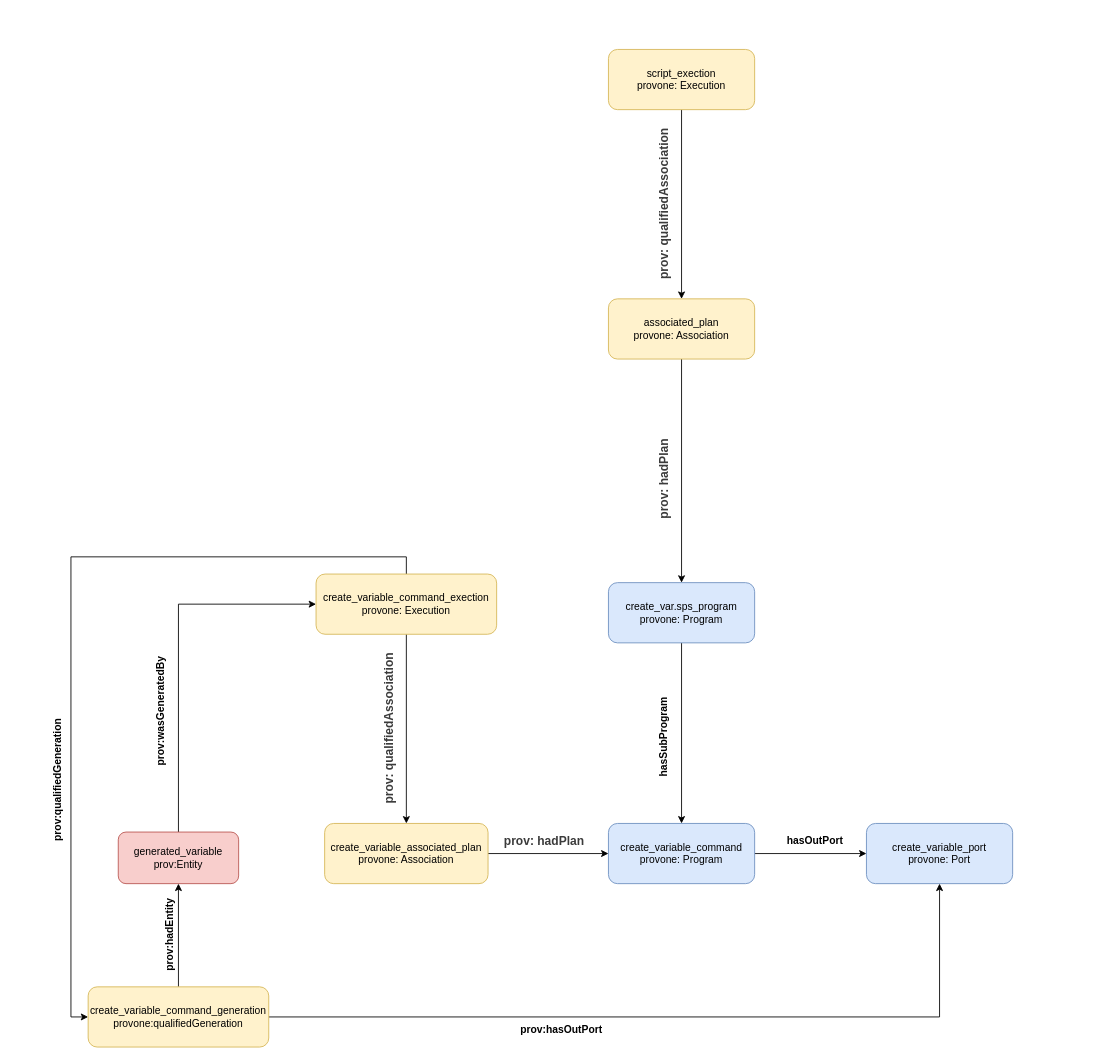
ThomasThelen/sdtl-provone keeps this draw.io diagram as examples/single-command/images/prov.drawio. Above is the earlier version. Source tidied: cells renumbered, new cells numbered last; positions are measured from the earlier drawing's top-left corner, leaving out a move shared by most shapes. Both pictures are drawn from the tidied source at 86%, with x=0, y=0 at pixel (-11, 49).
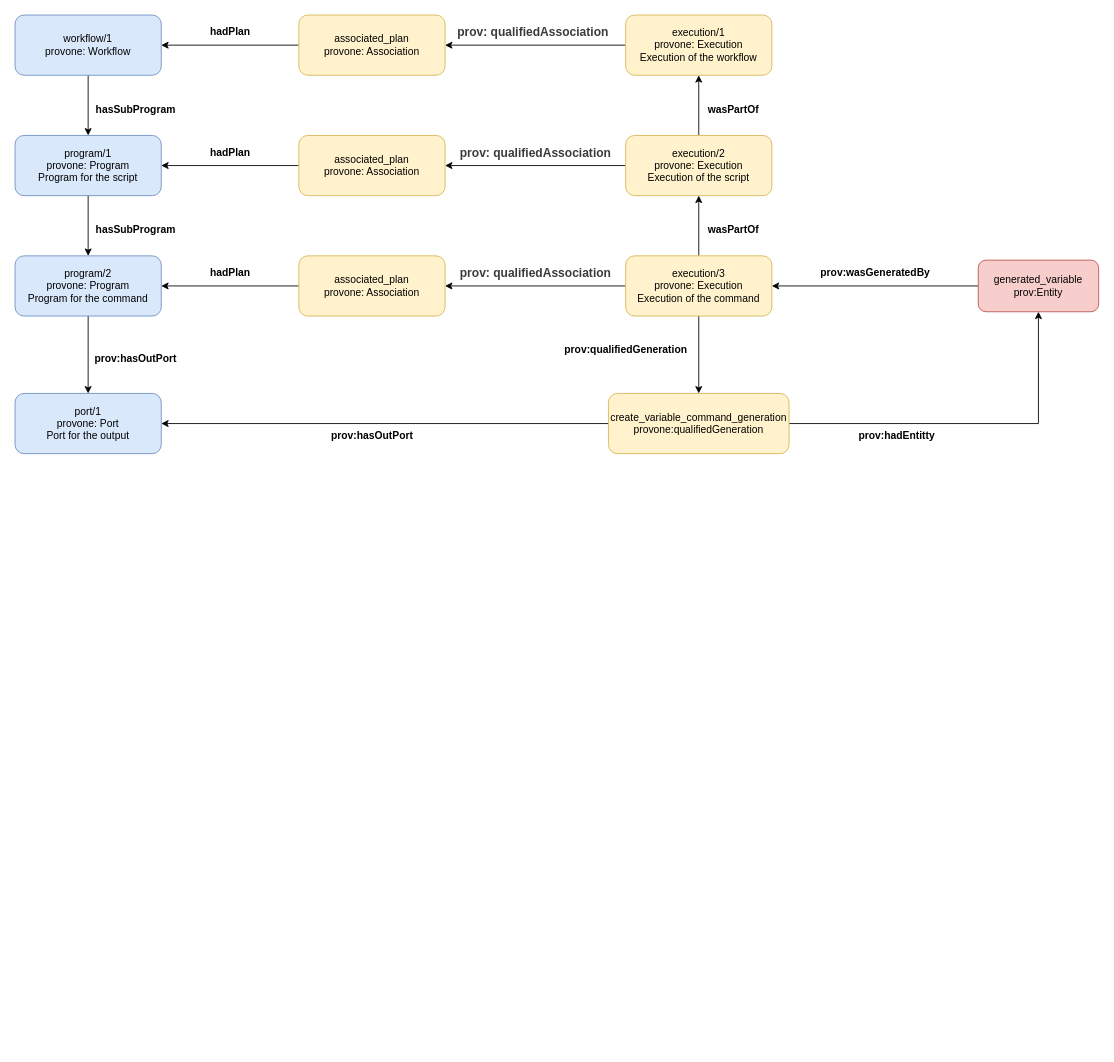
After the change.

What changed in the source:
```diff
@@
-    <mxCell id="2" style="edgeStyle=orthogonalEdgeStyle;rounded=0;jettySize=auto;html=1;exitX=0.5;exitY=1;exitDx=0;exitDy=0;strokeColor=#000000;" parent="1" edge="1" source="3" target="5">
-      <mxGeometry relative="1" as="geometry" />
-    </mxCell>
+    <mxCell id="31" style="edgeStyle=orthogonalEdgeStyle;rounded=0;jettySize=auto;html=1;exitX=0;exitY=0.5;exitDx=0;exitDy=0;" parent="1" edge="1" source="3" target="44">
+      <mxGeometry relative="1" as="geometry" />
+    </mxCell>
+    <mxCell id="32" style="edgeStyle=orthogonalEdgeStyle;rounded=0;jettySize=auto;html=1;exitX=0.5;exitY=0;exitDx=0;exitDy=0;" parent="1" edge="1" source="3" target="34">
+      <mxGeometry relative="1" as="geometry" />
+    </mxCell>
-    <mxCell id="3" value="&lt;div&gt;&lt;span&gt;script_exection&lt;br&gt;provone: Execution&lt;/span&gt;&lt;br&gt;&lt;/div&gt;" style="rounded=1;whiteSpace=wrap;html=1;fontSize=12;glass=0;strokeWidth=1;shadow=0;fillColor=#fff2cc;strokeColor=#d6b656;" parent="1" vertex="1">
-      <mxGeometry x="720" width="170" height="70" as="geometry" />
+    <mxCell id="3" value="&lt;div&gt;&lt;span&gt;execution/2&lt;br&gt;provone: Execution&lt;br&gt;&lt;/span&gt;Execution of the script&lt;/div&gt;" style="rounded=1;whiteSpace=wrap;html=1;fontSize=12;glass=0;strokeWidth=1;shadow=0;fillColor=#fff2cc;strokeColor=#d6b656;" parent="1" vertex="1">
+      <mxGeometry x="740" y="100" width="170" height="70" as="geometry" />
     </mxCell>
-    <mxCell id="4" style="edgeStyle=orthogonalEdgeStyle;rounded=0;jettySize=auto;html=1;exitX=0.5;exitY=1;exitDx=0;exitDy=0;strokeColor=#000000;" parent="1" edge="1" source="5" target="7">
-      <mxGeometry relative="1" as="geometry" />
-    </mxCell>
-    <mxCell id="5" value="&lt;div&gt;associated_plan&lt;/div&gt;&lt;div&gt;provone: Association&lt;/div&gt;" style="rounded=1;whiteSpace=wrap;html=1;fontSize=12;glass=0;strokeWidth=1;shadow=0;fillColor=#fff2cc;strokeColor=#d6b656;" parent="1" vertex="1">
-      <mxGeometry x="720" y="290" width="170" height="70" as="geometry" />
-    </mxCell>
-    <mxCell id="6" style="edgeStyle=orthogonalEdgeStyle;rounded=0;jettySize=auto;html=1;exitX=0.5;exitY=1;exitDx=0;exitDy=0;strokeColor=#000000;" parent="1" edge="1" source="7" target="9">
-      <mxGeometry relative="1" as="geometry" />
-    </mxCell>
-    <mxCell id="7" value="&lt;div&gt;&lt;span&gt;create_var.sps_program&lt;/span&gt;&lt;/div&gt;&lt;div&gt;&lt;span&gt;provone: Program&lt;/span&gt;&lt;br&gt;&lt;/div&gt;" style="rounded=1;whiteSpace=wrap;html=1;fontSize=12;glass=0;strokeWidth=1;shadow=0;fillColor=#dae8fc;strokeColor=#6c8ebf;" parent="1" vertex="1">
-      <mxGeometry x="720" y="620" width="170" height="70" as="geometry" />
-    </mxCell>
-    <mxCell id="8" style="edgeStyle=orthogonalEdgeStyle;rounded=0;jettySize=auto;html=1;" parent="1" edge="1" source="9" target="10">
-      <mxGeometry relative="1" as="geometry" />
-    </mxCell>
-    <mxCell id="9" value="&lt;div&gt;&lt;span&gt;create_variable_command&lt;br&gt;provone: Program&lt;/span&gt;&lt;br&gt;&lt;/div&gt;" style="rounded=1;whiteSpace=wrap;html=1;fontSize=12;glass=0;strokeWidth=1;shadow=0;fillColor=#dae8fc;strokeColor=#6c8ebf;" parent="1" vertex="1">
-      <mxGeometry x="720" y="900" width="170" height="70" as="geometry" />
-    </mxCell>
-    <mxCell id="10" value="&lt;div&gt;create_variable_port&lt;/div&gt;&lt;div&gt;&lt;span&gt;provone: Port&lt;/span&gt;&lt;br&gt;&lt;/div&gt;" style="rounded=1;whiteSpace=wrap;html=1;fontSize=12;glass=0;strokeWidth=1;shadow=0;fillColor=#dae8fc;strokeColor=#6c8ebf;" parent="1" vertex="1">
-      <mxGeometry x="1020" y="900" width="170" height="70" as="geometry" />
-    </mxCell>
-    <mxCell id="11" value="&lt;font style=&quot;font-size: 14px&quot; color=&quot;#3b3b3b&quot;&gt;&lt;b&gt;prov: qualifiedAssociation&lt;/b&gt;&lt;/font&gt;" style="text;html=1;align=center;verticalAlign=middle;rotation=-90;" parent="1" vertex="1">
-      <mxGeometry x="690" y="170" width="190" height="20" as="geometry" />
+    <mxCell id="11" value="&lt;font style=&quot;font-size: 14px&quot; color=&quot;#3b3b3b&quot;&gt;&lt;b&gt;prov: qualifiedAssociation&lt;/b&gt;&lt;/font&gt;" style="text;html=1;align=center;verticalAlign=middle;rotation=0;" parent="1" vertex="1">
+      <mxGeometry x="537" y="-30" width="190" height="20" as="geometry" />
     </mxCell>
-    <mxCell id="12" value="&lt;b&gt;&lt;font style=&quot;font-size: 14px&quot; color=&quot;#3b3b3b&quot;&gt;prov: hadPlan&lt;/font&gt;&lt;/b&gt;" style="text;html=1;align=center;verticalAlign=middle;rotation=-90;" parent="1" vertex="1">
-      <mxGeometry x="730" y="490" width="110" height="20" as="geometry" />
-    </mxCell>
-    <mxCell id="13" value="hasSubProgram" style="text;html=1;align=center;verticalAlign=middle;rotation=-90;fontStyle=1;" parent="1" vertex="1">
-      <mxGeometry x="730" y="790" width="110" height="20" as="geometry" />
-    </mxCell>
-    <mxCell id="14" value="hasOutPort" style="text;html=1;align=center;verticalAlign=middle;fontStyle=1;" parent="1" vertex="1">
-      <mxGeometry x="920" y="910" width="80" height="20" as="geometry" />
-    </mxCell>
-    <mxCell id="15" style="edgeStyle=orthogonalEdgeStyle;rounded=0;jettySize=auto;html=1;exitX=0.5;exitY=1;exitDx=0;exitDy=0;strokeColor=#000000;" parent="1" edge="1" source="17" target="19">
-      <mxGeometry relative="1" as="geometry" />
-    </mxCell>
-    <mxCell id="16" style="edgeStyle=orthogonalEdgeStyle;rounded=0;jettySize=auto;html=1;exitX=0.5;exitY=0;exitDx=0;exitDy=0;entryX=0;entryY=0.5;entryDx=0;entryDy=0;strokeColor=#000000;" parent="1" edge="1" source="17" target="27">
-      <mxGeometry relative="1" as="geometry" />
-    </mxCell>
-    <mxCell id="17" value="create_variable_command&lt;span&gt;_exection&lt;/span&gt;&lt;br&gt;&lt;div&gt;&lt;span&gt;provone: Execution&lt;/span&gt;&lt;br&gt;&lt;/div&gt;" style="rounded=1;whiteSpace=wrap;html=1;fontSize=12;glass=0;strokeWidth=1;shadow=0;fillColor=#fff2cc;strokeColor=#d6b656;" parent="1" vertex="1">
-      <mxGeometry x="380" y="610" width="210" height="70" as="geometry" />
-    </mxCell>
-    <mxCell id="18" style="edgeStyle=orthogonalEdgeStyle;rounded=0;jettySize=auto;html=1;exitX=1;exitY=0.5;exitDx=0;exitDy=0;entryX=0;entryY=0.5;entryDx=0;entryDy=0;strokeColor=#000000;" parent="1" edge="1" source="19" target="9">
-      <mxGeometry relative="1" as="geometry" />
-    </mxCell>
-    <mxCell id="19" value="create_variable_&lt;span&gt;associated_plan&lt;/span&gt;&lt;br&gt;&lt;div&gt;provone: Association&lt;/div&gt;" style="rounded=1;whiteSpace=wrap;html=1;fontSize=12;glass=0;strokeWidth=1;shadow=0;fillColor=#fff2cc;strokeColor=#d6b656;" parent="1" vertex="1">
-      <mxGeometry x="390" y="900" width="190" height="70" as="geometry" />
-    </mxCell>
-    <mxCell id="20" value="&lt;b&gt;&lt;font style=&quot;font-size: 14px&quot; color=&quot;#3b3b3b&quot;&gt;prov: hadPlan&lt;/font&gt;&lt;/b&gt;" style="text;html=1;align=center;verticalAlign=middle;rotation=0;" parent="1" vertex="1">
-      <mxGeometry x="590" y="910" width="110" height="20" as="geometry" />
-    </mxCell>
-    <mxCell id="21" value="&lt;font style=&quot;font-size: 14px&quot; color=&quot;#3b3b3b&quot;&gt;&lt;b&gt;prov: qualifiedAssociation&lt;/b&gt;&lt;/font&gt;" style="text;html=1;align=center;verticalAlign=middle;rotation=-90;" parent="1" vertex="1">
-      <mxGeometry x="370" y="780" width="190" height="20" as="geometry" />
-    </mxCell>
-    <mxCell id="22" style="edgeStyle=orthogonalEdgeStyle;rounded=0;jettySize=auto;html=1;exitX=0.5;exitY=0;exitDx=0;exitDy=0;entryX=0;entryY=0.5;entryDx=0;entryDy=0;strokeColor=#000000;" parent="1" edge="1" source="23" target="17">
-      <mxGeometry relative="1" as="geometry" />
-    </mxCell>
+    <mxCell id="29" value="&lt;b&gt;prov:qualifiedGeneration&lt;/b&gt;" style="text;html=1;align=center;verticalAlign=middle;rotation=0;" parent="1" vertex="1">
+      <mxGeometry x="660" y="340" width="160" height="20" as="geometry" />
+    </mxCell>
+    <mxCell id="33" style="edgeStyle=orthogonalEdgeStyle;rounded=0;jettySize=auto;html=1;exitX=0;exitY=0.5;exitDx=0;exitDy=0;" parent="1" edge="1" source="34" target="46">
+      <mxGeometry relative="1" as="geometry" />
+    </mxCell>
+    <mxCell id="34" value="&lt;div&gt;&lt;span&gt;execution/1&lt;br&gt;provone: Execution&lt;br&gt;&lt;/span&gt;Execution of the workflow&lt;/div&gt;" style="rounded=1;whiteSpace=wrap;html=1;fontSize=12;glass=0;strokeWidth=1;shadow=0;fillColor=#fff2cc;strokeColor=#d6b656;" parent="1" vertex="1">
+      <mxGeometry x="740" y="-40" width="170" height="70" as="geometry" />
+    </mxCell>
+    <mxCell id="35" style="edgeStyle=orthogonalEdgeStyle;rounded=0;jettySize=auto;html=1;exitX=0;exitY=0.5;exitDx=0;exitDy=0;" parent="1" edge="1" source="38" target="48">
+      <mxGeometry relative="1" as="geometry" />
+    </mxCell>
+    <mxCell id="36" style="edgeStyle=orthogonalEdgeStyle;rounded=0;jettySize=auto;html=1;exitX=0.5;exitY=0;exitDx=0;exitDy=0;" parent="1" edge="1" source="38" target="3">
+      <mxGeometry relative="1" as="geometry" />
+    </mxCell>
+    <mxCell id="37" style="edgeStyle=orthogonalEdgeStyle;rounded=0;jettySize=auto;html=1;exitX=0.5;exitY=1;exitDx=0;exitDy=0;" parent="1" edge="1" source="38" target="27">
+      <mxGeometry relative="1" as="geometry" />
+    </mxCell>
+    <mxCell id="38" value="&lt;div&gt;&lt;span&gt;execution/3&lt;br&gt;provone: Execution&lt;br&gt;&lt;/span&gt;Execution of the command&lt;/div&gt;" style="rounded=1;whiteSpace=wrap;html=1;fontSize=12;glass=0;strokeWidth=1;shadow=0;fillColor=#fff2cc;strokeColor=#d6b656;" parent="1" vertex="1">
+      <mxGeometry x="740" y="240" width="170" height="70" as="geometry" />
+    </mxCell>
+    <mxCell id="39" style="edgeStyle=orthogonalEdgeStyle;rounded=0;jettySize=auto;html=1;exitX=0.5;exitY=1;exitDx=0;exitDy=0;" parent="1" edge="1" source="40" target="42">
+      <mxGeometry relative="1" as="geometry" />
+    </mxCell>
+    <mxCell id="40" value="&lt;div&gt;workflow/1&lt;/div&gt;&lt;div&gt;&lt;span&gt;provone: Workflow&lt;/span&gt;&lt;br&gt;&lt;/div&gt;" style="rounded=1;whiteSpace=wrap;html=1;fontSize=12;glass=0;strokeWidth=1;shadow=0;fillColor=#dae8fc;strokeColor=#6c8ebf;" parent="1" vertex="1">
+      <mxGeometry x="30" y="-40" width="170" height="70" as="geometry" />
+    </mxCell>
+    <mxCell id="41" style="edgeStyle=orthogonalEdgeStyle;rounded=0;jettySize=auto;html=1;exitX=0.5;exitY=1;exitDx=0;exitDy=0;" parent="1" edge="1" source="42" target="52">
+      <mxGeometry relative="1" as="geometry" />
+    </mxCell>
+    <mxCell id="42" value="&lt;div&gt;&lt;span&gt;program/1&lt;/span&gt;&lt;/div&gt;&lt;div&gt;&lt;span&gt;provone: Program&lt;br&gt;&lt;/span&gt;Program for the script&lt;/div&gt;" style="rounded=1;whiteSpace=wrap;html=1;fontSize=12;glass=0;strokeWidth=1;shadow=0;fillColor=#dae8fc;strokeColor=#6c8ebf;" parent="1" vertex="1">
+      <mxGeometry x="30" y="100" width="170" height="70" as="geometry" />
+    </mxCell>
+    <mxCell id="43" style="edgeStyle=orthogonalEdgeStyle;rounded=0;jettySize=auto;html=1;exitX=0;exitY=0.5;exitDx=0;exitDy=0;" parent="1" edge="1" source="44" target="42">
+      <mxGeometry relative="1" as="geometry" />
+    </mxCell>
+    <mxCell id="44" value="&lt;div&gt;associated_plan&lt;/div&gt;&lt;div&gt;provone: Association&lt;/div&gt;" style="rounded=1;whiteSpace=wrap;html=1;fontSize=12;glass=0;strokeWidth=1;shadow=0;fillColor=#fff2cc;strokeColor=#d6b656;" parent="1" vertex="1">
+      <mxGeometry x="360" y="100" width="170" height="70" as="geometry" />
+    </mxCell>
+    <mxCell id="45" style="edgeStyle=orthogonalEdgeStyle;rounded=0;jettySize=auto;html=1;exitX=0;exitY=0.5;exitDx=0;exitDy=0;entryX=1;entryY=0.5;entryDx=0;entryDy=0;" parent="1" edge="1" source="46" target="40">
+      <mxGeometry relative="1" as="geometry" />
+    </mxCell>
+    <mxCell id="46" value="&lt;div&gt;associated_plan&lt;/div&gt;&lt;div&gt;provone: Association&lt;/div&gt;" style="rounded=1;whiteSpace=wrap;html=1;fontSize=12;glass=0;strokeWidth=1;shadow=0;fillColor=#fff2cc;strokeColor=#d6b656;" parent="1" vertex="1">
+      <mxGeometry x="360" y="-40" width="170" height="70" as="geometry" />
+    </mxCell>
+    <mxCell id="47" style="edgeStyle=orthogonalEdgeStyle;rounded=0;jettySize=auto;html=1;exitX=0;exitY=0.5;exitDx=0;exitDy=0;entryX=1;entryY=0.5;entryDx=0;entryDy=0;" parent="1" edge="1" source="48" target="52">
+      <mxGeometry relative="1" as="geometry" />
+    </mxCell>
+    <mxCell id="48" value="&lt;div&gt;associated_plan&lt;/div&gt;&lt;div&gt;provone: Association&lt;/div&gt;" style="rounded=1;whiteSpace=wrap;html=1;fontSize=12;glass=0;strokeWidth=1;shadow=0;fillColor=#fff2cc;strokeColor=#d6b656;" parent="1" vertex="1">
+      <mxGeometry x="360" y="240" width="170" height="70" as="geometry" />
+    </mxCell>
+    <mxCell id="49" value="&lt;font style=&quot;font-size: 14px&quot; color=&quot;#3b3b3b&quot;&gt;&lt;b&gt;prov: qualifiedAssociation&lt;/b&gt;&lt;/font&gt;" style="text;html=1;align=center;verticalAlign=middle;rotation=0;" parent="1" vertex="1">
+      <mxGeometry x="540" y="110" width="190" height="20" as="geometry" />
+    </mxCell>
+    <mxCell id="50" value="&lt;font style=&quot;font-size: 14px&quot; color=&quot;#3b3b3b&quot;&gt;&lt;b&gt;prov: qualifiedAssociation&lt;/b&gt;&lt;/font&gt;" style="text;html=1;align=center;verticalAlign=middle;rotation=0;" parent="1" vertex="1">
+      <mxGeometry x="540" y="250" width="190" height="20" as="geometry" />
+    </mxCell>
+    <mxCell id="51" style="edgeStyle=orthogonalEdgeStyle;rounded=0;jettySize=auto;html=1;exitX=0.5;exitY=1;exitDx=0;exitDy=0;" parent="1" edge="1" source="52" target="63">
+      <mxGeometry relative="1" as="geometry" />
+    </mxCell>
+    <mxCell id="52" value="&lt;div&gt;&lt;span&gt;program/2&lt;br&gt;provone: Program&lt;br&gt;&lt;/span&gt;Program for the command&lt;/div&gt;" style="rounded=1;whiteSpace=wrap;html=1;fontSize=12;glass=0;strokeWidth=1;shadow=0;fillColor=#dae8fc;strokeColor=#6c8ebf;" parent="1" vertex="1">
+      <mxGeometry x="30" y="240" width="170" height="70" as="geometry" />
+    </mxCell>
+    <mxCell id="53" value="hasSubProgram" style="text;html=1;align=center;verticalAlign=middle;fontStyle=1;" parent="1" vertex="1">
+      <mxGeometry x="115" y="60" width="110" height="20" as="geometry" />
+    </mxCell>
+    <mxCell id="54" value="hasSubProgram" style="text;html=1;align=center;verticalAlign=middle;fontStyle=1;" parent="1" vertex="1">
+      <mxGeometry x="115" y="200" width="110" height="20" as="geometry" />
+    </mxCell>
+    <mxCell id="55" value="wasPartOf" style="text;html=1;align=center;verticalAlign=middle;fontStyle=1;" parent="1" vertex="1">
+      <mxGeometry x="830" y="60" width="70" height="20" as="geometry" />
+    </mxCell>
+    <mxCell id="56" value="wasPartOf" style="text;html=1;align=center;verticalAlign=middle;fontStyle=1;" parent="1" vertex="1">
+      <mxGeometry x="830" y="200" width="70" height="20" as="geometry" />
+    </mxCell>
+    <mxCell id="57" value="hadPlan" style="text;html=1;align=center;verticalAlign=middle;fontStyle=1;" parent="1" vertex="1">
+      <mxGeometry x="250" y="-30" width="60" height="20" as="geometry" />
+    </mxCell>
+    <mxCell id="58" value="hadPlan" style="text;html=1;align=center;verticalAlign=middle;fontStyle=1;" parent="1" vertex="1">
+      <mxGeometry x="250" y="110" width="60" height="20" as="geometry" />
+    </mxCell>
+    <mxCell id="59" value="hadPlan" style="text;html=1;align=center;verticalAlign=middle;fontStyle=1;" parent="1" vertex="1">
+      <mxGeometry x="250" y="250" width="60" height="20" as="geometry" />
+    </mxCell>
+    <mxCell id="60" style="edgeStyle=orthogonalEdgeStyle;rounded=0;jettySize=auto;html=1;exitX=0;exitY=0.5;exitDx=0;exitDy=0;" parent="1" edge="1" source="23" target="38">
+      <mxGeometry relative="1" as="geometry" />
+    </mxCell>
     <mxCell id="23" value="generated_variable&lt;br&gt;prov:Entity" style="rounded=1;whiteSpace=wrap;html=1;fillColor=#f8cecc;strokeColor=#b85450;" parent="1" vertex="1">
-      <mxGeometry x="150" y="910" width="140" height="60" as="geometry" />
+      <mxGeometry x="1150" y="245" width="140" height="60" as="geometry" />
     </mxCell>
-    <mxCell id="24" value="&lt;b&gt;prov:wasGeneratedBy&lt;/b&gt;" style="text;html=1;align=center;verticalAlign=middle;rotation=-90;" parent="1" vertex="1">
-      <mxGeometry x="130" y="760" width="140" height="20" as="geometry" />
+    <mxCell id="24" value="&lt;b&gt;prov:wasGeneratedBy&lt;/b&gt;" style="text;html=1;align=center;verticalAlign=middle;rotation=0;" parent="1" vertex="1">
+      <mxGeometry x="960" y="250" width="140" height="20" as="geometry" />
     </mxCell>
-    <mxCell id="25" style="edgeStyle=orthogonalEdgeStyle;rounded=0;jettySize=auto;html=1;exitX=0.5;exitY=0;exitDx=0;exitDy=0;entryX=0.5;entryY=1;entryDx=0;entryDy=0;strokeColor=#000000;" parent="1" edge="1" source="27" target="23">
+    <mxCell id="25" style="edgeStyle=orthogonalEdgeStyle;rounded=0;jettySize=auto;html=1;exitX=1;exitY=0.5;exitDx=0;exitDy=0;entryX=0.5;entryY=1;entryDx=0;entryDy=0;" parent="1" edge="1" source="27" target="23">
       <mxGeometry relative="1" as="geometry" />
     </mxCell>
-    <mxCell id="26" style="edgeStyle=orthogonalEdgeStyle;rounded=0;jettySize=auto;html=1;exitX=1;exitY=0.5;exitDx=0;exitDy=0;strokeColor=#000000;" parent="1" edge="1" source="27" target="10">
-      <mxGeometry relative="1" as="geometry" />
-    </mxCell>
+    <mxCell id="61" style="edgeStyle=orthogonalEdgeStyle;rounded=0;jettySize=auto;html=1;exitX=0;exitY=0.5;exitDx=0;exitDy=0;" parent="1" edge="1" source="27" target="63">
+      <mxGeometry relative="1" as="geometry" />
+    </mxCell>
     <mxCell id="27" value="create_variable_command&lt;span&gt;_generation&lt;/span&gt;&lt;br&gt;&lt;div&gt;&lt;span&gt;provone:qualifiedGeneration&lt;/span&gt;&lt;br&gt;&lt;/div&gt;" style="rounded=1;whiteSpace=wrap;html=1;fontSize=12;glass=0;strokeWidth=1;shadow=0;fillColor=#fff2cc;strokeColor=#d6b656;" parent="1" vertex="1">
-      <mxGeometry x="115" y="1090" width="210" height="70" as="geometry" />
+      <mxGeometry x="720" y="400" width="210" height="70" as="geometry" />
     </mxCell>
-    <mxCell id="28" value="&lt;b&gt;prov:hadEntity&lt;/b&gt;" style="text;html=1;align=center;verticalAlign=middle;rotation=-90;" parent="1" vertex="1">
-      <mxGeometry x="160" y="1020" width="100" height="20" as="geometry" />
-    </mxCell>
-    <mxCell id="29" value="&lt;b&gt;prov:qualifiedGeneration&lt;/b&gt;" style="text;html=1;align=center;verticalAlign=middle;rotation=-90;" parent="1" vertex="1">
-      <mxGeometry y="840" width="160" height="20" as="geometry" />
-    </mxCell>
-    <mxCell id="30" value="&lt;b&gt;prov:hasOutPort&lt;/b&gt;" style="text;html=1;align=center;verticalAlign=middle;" parent="1" vertex="1">
-      <mxGeometry x="610" y="1130" width="110" height="20" as="geometry" />
-    </mxCell>
+    <mxCell id="62" value="&lt;b&gt;prov:hadEntitty&lt;/b&gt;" style="text;html=1;align=center;verticalAlign=middle;" parent="1" vertex="1">
+      <mxGeometry x="1005" y="440" width="100" height="20" as="geometry" />
+    </mxCell>
+    <mxCell id="63" value="&lt;div&gt;port/1&lt;/div&gt;&lt;div&gt;&lt;span&gt;provone: Port&lt;br&gt;&lt;/span&gt;Port for the output&lt;/div&gt;" style="rounded=1;whiteSpace=wrap;html=1;fontSize=12;glass=0;strokeWidth=1;shadow=0;fillColor=#dae8fc;strokeColor=#6c8ebf;" parent="1" vertex="1">
+      <mxGeometry x="30" y="400" width="170" height="70" as="geometry" />
+    </mxCell>
+    <mxCell id="64" value="&lt;b&gt;prov:hasOutPort&lt;/b&gt;" style="text;html=1;align=center;verticalAlign=middle;" parent="1" vertex="1">
+      <mxGeometry x="390" y="440" width="110" height="20" as="geometry" />
+    </mxCell>
+    <mxCell id="65" value="&lt;b&gt;prov:hasOutPort&lt;/b&gt;" style="text;html=1;align=center;verticalAlign=middle;" parent="1" vertex="1">
+      <mxGeometry x="115" y="350" width="110" height="20" as="geometry" />
+    </mxCell>
```
